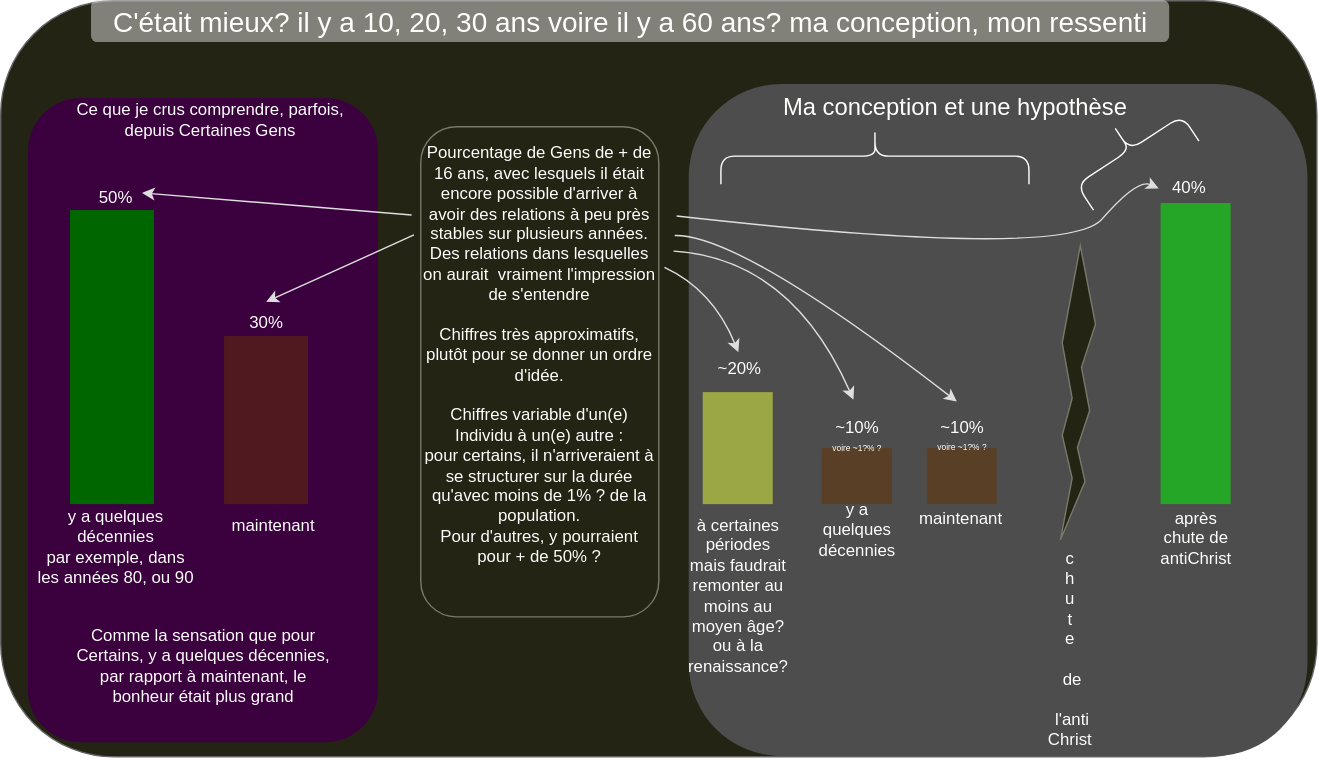
This is Accueil/Dossier_dans_dossier_accueil/Images/Était-ce mieux il y a quelques années ou décénnies. Ce qu'y me sembla entendre parfois, ma conception.svg from up778/up778.github.io, a draw.io export, as it was before one commit. Source tidied: cells renumbered, new cells last; positions are measured from the earlier drawing's top-left corner, leaving out a move shared by most shapes.
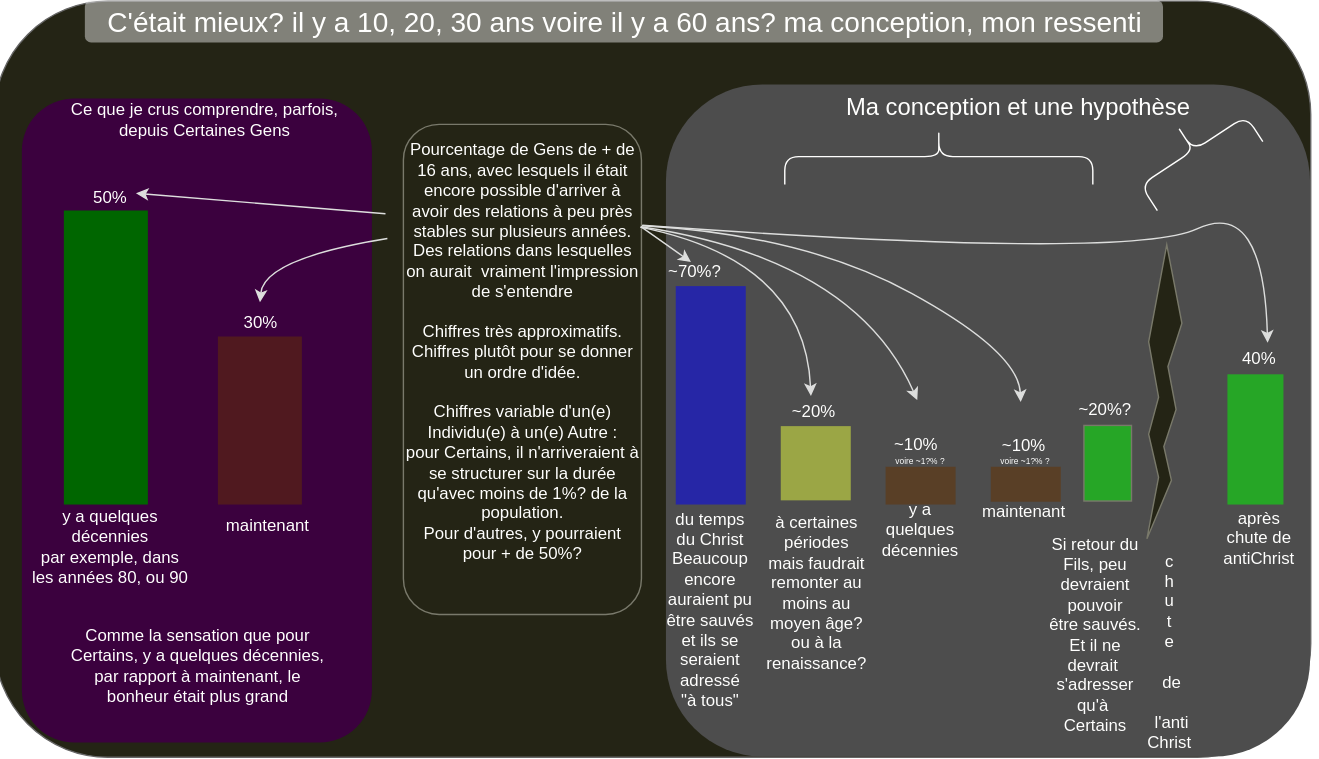
After the commit.

Change to the diagram source:
```diff
@@ -6,7 +6,7 @@
       <mxGeometry width="940" height="540" as="geometry" />
     </mxCell>
     <mxCell id="3" style="rounded=1;whiteSpace=wrap;html=1;strokeColor=#79796B;fillColor=#24241680;" parent="1" vertex="1">
-      <mxGeometry x="300" y="90" width="170" height="350" as="geometry" />
+      <mxGeometry x="292" y="88" width="170" height="350" as="geometry" />
     </mxCell>
     <mxCell id="4" value="&lt;font style=&quot;font-size: 20px;&quot;&gt;C'était mieux? il y a 10, 20, 30 ans voire il y a 60 ans? ma conception, mon ressenti&lt;/font&gt;" style="text;html=1;whiteSpace=wrap;strokeColor=none;fillColor=#DDDEDD80;align=center;verticalAlign=middle;rounded=1;fontColor=#fffffe;" parent="1" vertex="1">
       <mxGeometry x="65" width="770" height="30" as="geometry" />
@@ -24,19 +24,19 @@
       <mxGeometry x="160" y="240" width="60" height="120" as="geometry" />
     </mxCell>
     <mxCell id="9" style="rounded=1;whiteSpace=wrap;html=1;strokeColor=none;fillColor=#4D4D4D;" parent="1" vertex="1">
-      <mxGeometry x="491.9" y="60" width="441.9" height="480" as="geometry" />
+      <mxGeometry x="480" y="60" width="460" height="480" as="geometry" />
     </mxCell>
     <mxCell id="10" value="&lt;font style=&quot;font-size: 17px;&quot;&gt;Ma conception et une hypothèse&lt;/font&gt;" style="text;html=1;whiteSpace=wrap;strokeColor=none;fillColor=none;align=center;verticalAlign=middle;rounded=0;fontColor=#fffffe;" parent="1" vertex="1">
-      <mxGeometry x="506.9" y="62" width="350" height="30" as="geometry" />
+      <mxGeometry x="556.9" y="62" width="350" height="30" as="geometry" />
     </mxCell>
     <mxCell id="11" style="rounded=0;whiteSpace=wrap;html=1;strokeColor=none;fillColor=#66330080;" parent="1" vertex="1">
-      <mxGeometry x="586.9" y="320" width="50" height="40" as="geometry" />
+      <mxGeometry x="636.9" y="333" width="50" height="27" as="geometry" />
     </mxCell>
     <mxCell id="12" style="rounded=0;whiteSpace=wrap;html=1;strokeColor=none;fillColor=#66330080;" parent="1" vertex="1">
-      <mxGeometry x="661.9" y="320" width="50" height="40" as="geometry" />
+      <mxGeometry x="712" y="333" width="50" height="25" as="geometry" />
     </mxCell>
     <mxCell id="13" style="rounded=0;whiteSpace=wrap;html=1;strokeColor=none;fillColor=#00ff0080;" parent="1" vertex="1">
-      <mxGeometry x="828.9" y="145" width="50" height="215" as="geometry" />
+      <mxGeometry x="881" y="267" width="40" height="93" as="geometry" />
     </mxCell>
     <mxCell id="14" value="50%" style="text;html=1;whiteSpace=wrap;strokeColor=none;fillColor=none;align=center;verticalAlign=middle;rounded=0;fontColor=#fffffe;" parent="1" vertex="1">
       <mxGeometry x="70" y="131" width="25" height="20" as="geometry" />
@@ -48,16 +48,16 @@
       <mxGeometry x="50" y="460" width="190" height="30" as="geometry" />
     </mxCell>
     <mxCell id="17" value="~10%" style="text;html=1;whiteSpace=wrap;strokeColor=none;fillColor=none;align=center;verticalAlign=middle;rounded=0;fontColor=#fffffe;" parent="1" vertex="1">
-      <mxGeometry x="595.9" y="290" width="32" height="30" as="geometry" />
+      <mxGeometry x="642.9" y="307" width="32" height="20" as="geometry" />
     </mxCell>
     <mxCell id="18" value="~10%" style="text;html=1;whiteSpace=wrap;strokeColor=none;fillColor=none;align=center;verticalAlign=middle;rounded=0;fontColor=#fffffe;" parent="1" vertex="1">
-      <mxGeometry x="666.9" y="290" width="40" height="30" as="geometry" />
+      <mxGeometry x="715.9" y="308" width="40" height="20" as="geometry" />
     </mxCell>
     <mxCell id="19" style="rounded=0;whiteSpace=wrap;html=1;strokeColor=none;fillColor=#E9FF3F80;" parent="1" vertex="1">
-      <mxGeometry x="501.9" y="280" width="50" height="80" as="geometry" />
+      <mxGeometry x="562" y="304" width="50" height="53" as="geometry" />
     </mxCell>
     <mxCell id="20" value="40%" style="text;html=1;whiteSpace=wrap;strokeColor=none;fillColor=none;align=center;verticalAlign=middle;rounded=0;fontColor=#fffffe;" parent="1" vertex="1">
-      <mxGeometry x="832.9" y="124" width="32" height="20" as="geometry" />
+      <mxGeometry x="887" y="246" width="32" height="20" as="geometry" />
     </mxCell>
     <mxCell id="21" value="y a quelques&lt;br&gt;décennies&lt;br&gt;par exemple, dans les années 80, ou 90" style="text;html=1;whiteSpace=wrap;strokeColor=none;fillColor=none;align=center;verticalAlign=middle;rounded=0;fontColor=#fffffe;" parent="1" vertex="1">
       <mxGeometry x="25" y="290" width="115" height="200" as="geometry" />
@@ -66,89 +66,120 @@
       <mxGeometry x="150" y="360" width="90" height="30" as="geometry" />
     </mxCell>
     <mxCell id="23" value="à certaines périodes mais faudrait remonter au moins au moyen âge? ou à la renaissance?" style="text;html=1;whiteSpace=wrap;strokeColor=none;fillColor=none;align=center;verticalAlign=middle;rounded=0;fontColor=#fffffe;" parent="1" vertex="1">
-      <mxGeometry x="491.9" y="410" width="70" height="30" as="geometry" />
+      <mxGeometry x="552" y="408" width="70" height="30" as="geometry" />
     </mxCell>
     <mxCell id="24" value="y a quelques&lt;br&gt;décennies" style="text;html=1;whiteSpace=wrap;strokeColor=none;fillColor=none;align=center;verticalAlign=middle;rounded=0;fontColor=#fffffe;" parent="1" vertex="1">
-      <mxGeometry x="581.9" y="363" width="60" height="30" as="geometry" />
+      <mxGeometry x="631.9" y="363" width="60" height="30" as="geometry" />
     </mxCell>
     <mxCell id="25" value="maintenant" style="text;html=1;whiteSpace=wrap;strokeColor=none;fillColor=none;align=center;verticalAlign=middle;rounded=0;fontColor=#fffffe;" parent="1" vertex="1">
-      <mxGeometry x="655.9" y="355" width="60" height="30" as="geometry" />
+      <mxGeometry x="705.9" y="350" width="60" height="30" as="geometry" />
     </mxCell>
     <mxCell id="26" value="après chute de antiChrist" style="text;html=1;whiteSpace=wrap;strokeColor=none;fillColor=none;align=center;verticalAlign=middle;rounded=0;fontColor=#fffffe;" parent="1" vertex="1">
-      <mxGeometry x="823.9" y="369" width="60" height="30" as="geometry" />
+      <mxGeometry x="873.9" y="369" width="60" height="30" as="geometry" />
     </mxCell>
     <mxCell id="27" value="~20%" style="text;html=1;whiteSpace=wrap;strokeColor=none;fillColor=none;align=center;verticalAlign=middle;rounded=0;fontColor=#fffffe;" parent="1" vertex="1">
-      <mxGeometry x="508" y="248" width="40" height="30" as="geometry" />
+      <mxGeometry x="565" y="279" width="40" height="30" as="geometry" />
     </mxCell>
-    <mxCell id="28" value="Pourcentage de Gens de + de 16 ans, avec lesquels il était encore possible d'arriver à avoir des relations à peu près stables sur plusieurs années.&lt;br&gt;Des relations dans lesquelles on aurait&amp;nbsp; vraiment l'impression de s'entendre&lt;br&gt;&lt;br&gt;Chiffres très approximatifs, plutôt pour se donner un ordre d'idée.&lt;br&gt;&lt;br&gt;Chiffres variable d'un(e) Individu à un(e) autre :&lt;br&gt;pour certains, il n'arriveraient à se structurer sur la durée qu'avec moins de 1% ? de la population.&lt;br&gt;Pour d'autres, y pourraient pour + de 50% ?" style="text;html=1;whiteSpace=wrap;strokeColor=none;fillColor=none;align=center;verticalAlign=middle;rounded=0;fontColor=#fffffe;" parent="1" vertex="1">
-      <mxGeometry x="300" y="237.5" width="170" height="30" as="geometry" />
+    <mxCell id="28" value="Pourcentage de Gens de + de 16 ans, avec lesquels il était encore possible d'arriver à avoir des relations à peu près stables sur plusieurs années.&lt;br&gt;Des relations dans lesquelles on aurait&amp;nbsp; vraiment l'impression de s'entendre&lt;br&gt;&lt;br&gt;Chiffres très approximatifs. Chiffres plutôt pour se donner un ordre d'idée.&lt;br&gt;&lt;br&gt;Chiffres variable d'un(e) Individu(e) à un(e) Autre :&lt;br&gt;pour Certains, il n'arriveraient à se structurer sur la durée qu'avec moins de 1%? de la population.&lt;br&gt;Pour d'autres, y pourraient pour + de 50%?" style="text;html=1;whiteSpace=wrap;strokeColor=none;fillColor=none;align=center;verticalAlign=middle;rounded=0;fontColor=#fffffe;" parent="1" vertex="1">
+      <mxGeometry x="292" y="235.5" width="170" height="30" as="geometry" />
     </mxCell>
     <mxCell id="29" style="verticalLabelPosition=bottom;verticalAlign=top;html=1;shape=mxgraph.basic.flash;strokeColor=#79796a;fontColor=#fffffe;fillColor=#242415;" parent="1" vertex="1">
-      <mxGeometry x="756.9" y="175" width="25" height="210" as="geometry" />
+      <mxGeometry x="823" y="174" width="25" height="210" as="geometry" />
     </mxCell>
     <mxCell id="30" value="c&lt;br&gt;h&lt;br&gt;u&lt;br&gt;t&lt;br&gt;e&lt;br&gt;&lt;br&gt;&amp;nbsp;de&lt;br&gt;&lt;br&gt;&amp;nbsp;l'anti&lt;br&gt;Christ" style="text;html=1;whiteSpace=wrap;strokeColor=none;fillColor=none;align=center;verticalAlign=middle;rounded=0;fontColor=#fffffe;" parent="1" vertex="1">
-      <mxGeometry x="734.4" y="410" width="60" height="105" as="geometry" />
+      <mxGeometry x="809" y="412" width="60" height="105" as="geometry" />
     </mxCell>
     <mxCell id="31" style="endArrow=classic;html=1;rounded=0;strokeColor=#dddedd;fontColor=#fffffe;fillColor=#242416;curved=1;" parent="1" edge="1">
       <mxGeometry relative="1" as="geometry">
-        <mxPoint x="474" y="190.5" as="sourcePoint" />
-        <mxPoint x="526.8" y="251" as="targetPoint" />
+        <mxPoint x="461.1" y="161.4" as="sourcePoint" />
+        <mxPoint x="583" y="281.9" as="targetPoint" />
         <Array as="points">
-          <mxPoint x="508.6" y="206.5" />
+          <mxPoint x="578.7" y="185" />
         </Array>
       </mxGeometry>
     </mxCell>
     <mxCell id="32" style="endArrow=classic;html=1;rounded=0;strokeColor=#dddedd;fontColor=#fffffe;fillColor=#242416;curved=1;" parent="1" edge="1">
       <mxGeometry relative="1" as="geometry">
-        <mxPoint x="480.6" y="178.8" as="sourcePoint" />
-        <mxPoint x="609" y="284.9" as="targetPoint" />
+        <mxPoint x="461.6" y="161.1" as="sourcePoint" />
+        <mxPoint x="659" y="284.9" as="targetPoint" />
         <Array as="points">
-          <mxPoint x="564.8" y="184.3" />
+          <mxPoint x="614.8" y="184.3" />
         </Array>
       </mxGeometry>
     </mxCell>
     <mxCell id="33" style="endArrow=classic;html=1;rounded=0;strokeColor=#dddedd;fontColor=#fffffe;fillColor=#242416;curved=1;" parent="1" edge="1">
       <mxGeometry relative="1" as="geometry">
-        <mxPoint x="481.4" y="167.6" as="sourcePoint" />
-        <mxPoint x="682.8" y="286.3" as="targetPoint" />
+        <mxPoint x="462.4" y="160.4" as="sourcePoint" />
+        <mxPoint x="732.8" y="286.3" as="targetPoint" />
         <Array as="points">
-          <mxPoint x="528.4" y="166.7" />
+          <mxPoint x="578.4" y="166.7" />
+          <mxPoint x="731.5" y="250.6" />
         </Array>
       </mxGeometry>
     </mxCell>
     <mxCell id="34" style="endArrow=classic;html=1;rounded=0;strokeColor=#dddedd;fontColor=#fffffe;fillColor=#242416;curved=1;" parent="1" edge="1">
       <mxGeometry relative="1" as="geometry">
-        <mxPoint x="482.7" y="153.8" as="sourcePoint" />
-        <mxPoint x="827" y="134.1" as="targetPoint" />
+        <mxPoint x="462.6" y="160" as="sourcePoint" />
+        <mxPoint x="909.2" y="243.9" as="targetPoint" />
         <Array as="points">
-          <mxPoint x="761.2" y="185.1" />
-          <mxPoint x="811.8" y="126.9" />
+          <mxPoint x="811.2" y="185.1" />
+          <mxPoint x="906.2" y="140.3" />
         </Array>
       </mxGeometry>
     </mxCell>
     <mxCell id="35" style="endArrow=classic;html=1;rounded=0;strokeColor=#dddedd;fontColor=#fffffe;fillColor=#242416;" parent="1" edge="1">
       <mxGeometry relative="1" as="geometry">
-        <mxPoint x="293.4" y="153" as="sourcePoint" />
+        <mxPoint x="279.2" y="151.9" as="sourcePoint" />
         <mxPoint x="101" y="137.2" as="targetPoint" />
       </mxGeometry>
     </mxCell>
-    <mxCell id="36" style="endArrow=classic;html=1;rounded=0;strokeColor=#dddedd;fontColor=#fffffe;fillColor=#242416;" parent="1" edge="1">
+    <mxCell id="36" style="endArrow=classic;html=1;rounded=0;strokeColor=#dddedd;fontColor=#fffffe;fillColor=#242416;curved=1;" parent="1" edge="1">
       <mxGeometry relative="1" as="geometry">
-        <mxPoint x="295.1" y="167.3" as="sourcePoint" />
+        <mxPoint x="280.6" y="169.5" as="sourcePoint" />
         <mxPoint x="189.6" y="215" as="targetPoint" />
+        <Array as="points">
+          <mxPoint x="192.4" y="183.9" />
+        </Array>
       </mxGeometry>
     </mxCell>
     <mxCell id="37" style="shape=curlyBracket;whiteSpace=wrap;html=1;rounded=1;labelPosition=left;verticalLabelPosition=middle;align=right;verticalAlign=middle;strokeColor=#FFFFFE;fontColor=#fffffe;fillColor=#242415;rotation=90;size=0.5;" parent="1" vertex="1">
-      <mxGeometry x="604.4" y="1" width="40" height="220" as="geometry" />
+      <mxGeometry x="654.4" y="1" width="40" height="220" as="geometry" />
     </mxCell>
     <mxCell id="38" style="shape=curlyBracket;whiteSpace=wrap;html=1;rounded=1;labelPosition=left;verticalLabelPosition=middle;align=right;verticalAlign=middle;strokeColor=#FFFFFE;fontColor=#fffffe;fillColor=#242415;rotation=56.8;size=0.5;" parent="1" vertex="1">
-      <mxGeometry x="784.3" y="61.7" width="43.7" height="90" as="geometry" />
+      <mxGeometry x="834.3" y="61.7" width="43.7" height="90" as="geometry" />
     </mxCell>
     <mxCell id="39" value="&lt;font style=&quot;font-size: 6px;&quot;&gt;voire ~1?% ?&lt;/font&gt;" style="text;html=1;whiteSpace=wrap;strokeColor=none;fillColor=none;align=center;verticalAlign=middle;rounded=0;fontColor=#fffffe;" parent="1" vertex="1">
-      <mxGeometry x="587" y="317" width="50" as="geometry" />
+      <mxGeometry x="636" y="327" width="50" as="geometry" />
     </mxCell>
     <mxCell id="40" value="&lt;font style=&quot;font-size: 6px;&quot;&gt;voire ~1?% ?&lt;/font&gt;" style="text;html=1;whiteSpace=wrap;strokeColor=none;fillColor=none;align=center;verticalAlign=middle;rounded=0;fontColor=#fffffe;" parent="1" vertex="1">
-      <mxGeometry x="662" y="316" width="50" as="geometry" />
+      <mxGeometry x="711" y="327" width="50" as="geometry" />
     </mxCell>
+    <mxCell id="41" style="rounded=0;whiteSpace=wrap;html=1;strokeColor=none;fillColor=#0000ff80;" parent="1" vertex="1">
+      <mxGeometry x="487" y="204" width="50" height="156" as="geometry" />
+    </mxCell>
+    <mxCell id="42" value="du temps&lt;br&gt;du Christ&lt;br&gt;Beaucoup encore&lt;br&gt;auraient pu&lt;br&gt;être sauvés&lt;br&gt;et ils se seraient adressé&lt;br&gt;&quot;à tous&quot;" style="text;html=1;whiteSpace=wrap;strokeColor=none;fillColor=none;align=center;verticalAlign=middle;rounded=0;fontColor=#fffffe;" parent="1" vertex="1">
+      <mxGeometry x="476" y="420" width="70" height="30" as="geometry" />
+    </mxCell>
+    <mxCell id="43" value="Si retour du Fils, peu devraient pouvoir&lt;br&gt;être sauvés. Et il ne devrait&amp;nbsp;&lt;br&gt;s'adresser qu'à&amp;nbsp;&lt;br&gt;Certains" style="text;html=1;whiteSpace=wrap;strokeColor=none;fillColor=none;align=center;verticalAlign=middle;rounded=0;fontColor=#fffffe;" parent="1" vertex="1">
+      <mxGeometry x="751" y="438" width="70" height="30" as="geometry" />
+    </mxCell>
+    <mxCell id="44" style="rounded=0;whiteSpace=wrap;html=1;strokeColor=#79796B;fillColor=#00ff0080;" parent="1" vertex="1">
+      <mxGeometry x="778" y="303" width="34" height="54" as="geometry" />
+    </mxCell>
+    <mxCell id="45" value="~70%?" style="text;html=1;whiteSpace=wrap;strokeColor=none;fillColor=none;align=center;verticalAlign=middle;rounded=0;fontColor=#fffffe;" parent="1" vertex="1">
+      <mxGeometry x="480" y="179" width="40" height="30" as="geometry" />
+    </mxCell>
+    <mxCell id="46" value="~20%?" style="text;html=1;whiteSpace=wrap;strokeColor=none;fillColor=none;align=center;verticalAlign=middle;rounded=0;fontColor=#fffffe;" parent="1" vertex="1">
+      <mxGeometry x="777" y="282" width="32" height="20" as="geometry" />
+    </mxCell>
+    <mxCell id="47" style="endArrow=classic;html=1;rounded=0;strokeColor=#dddedd;fontColor=#fffffe;fillColor=#242416;curved=1;" parent="1" edge="1">
+      <mxGeometry relative="1" as="geometry">
+        <mxPoint x="462.1" y="161.4" as="sourcePoint" />
+        <mxPoint x="497.4" y="186.3" as="targetPoint" />
+        <Array as="points">
+          <mxPoint x="482.2" y="175.4" />
+        </Array>
+      </mxGeometry>
+    </mxCell>
   </root>
 </mxGraphModel>
```
